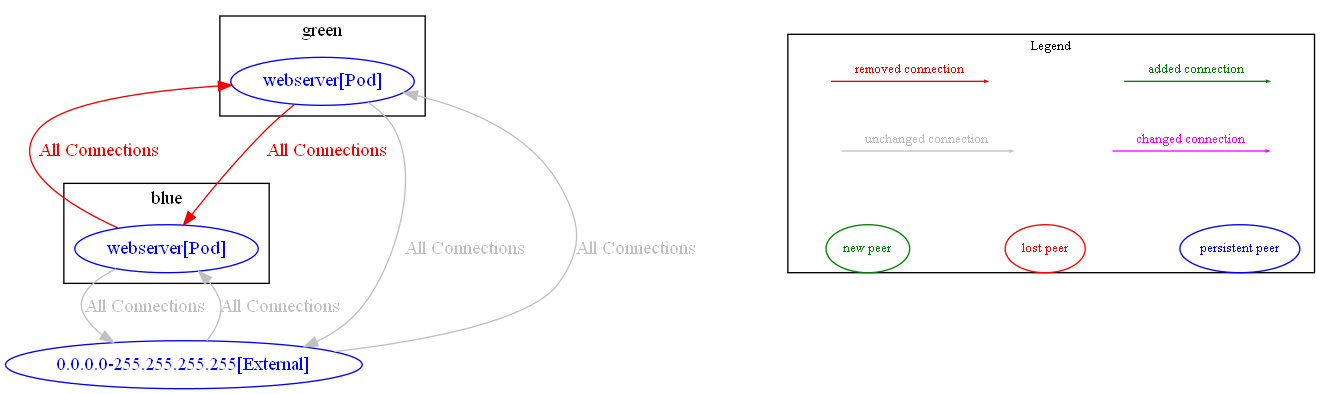
Earlier version of the Graphviz export test_outputs/diff/diff_between_udn_test_1_and_only_pods_test.dot.png (np-guard/netpol-analyzer). Its source is kept beside it as test_outputs/diff/diff_between_udn_test_1_and_only_pods_test.dot. Its diagram source:
```dot
digraph {
	subgraph "cluster_blue" {
		color="black"
		fontcolor="black"
		"blue/webserver[Pod]" [label="webserver[Pod]" color="blue" fontcolor="blue"]
		label="blue"
	}
	subgraph "cluster_green" {
		color="black"
		fontcolor="black"
		"green/webserver[Pod]" [label="webserver[Pod]" color="blue" fontcolor="blue"]
		label="green"
	}
	"0.0.0.0-255.255.255.255[External]" [label="0.0.0.0-255.255.255.255[External]" color="blue" fontcolor="blue"]
	"0.0.0.0-255.255.255.255[External]" -> "blue/webserver[Pod]" [label="All Connections" color="grey" fontcolor="grey" weight=0.5]
	"0.0.0.0-255.255.255.255[External]" -> "green/webserver[Pod]" [label="All Connections" color="grey" fontcolor="grey" weight=0.5]
	"blue/webserver[Pod]" -> "0.0.0.0-255.255.255.255[External]" [label="All Connections" color="grey" fontcolor="grey" weight=1]
	"blue/webserver[Pod]" -> "green/webserver[Pod]" [label="All Connections" color="red2" fontcolor="red2" weight=0.5]
	"green/webserver[Pod]" -> "0.0.0.0-255.255.255.255[External]" [label="All Connections" color="grey" fontcolor="grey" weight=1]
	"green/webserver[Pod]" -> "blue/webserver[Pod]" [label="All Connections" color="red2" fontcolor="red2" weight=1]
	nodesep=0.5
	subgraph cluster_legend {
		label="Legend"
		fontsize = 10
		margin=0
		a [style=invis height=0 width=0]
		b [style=invis height=0 width=0]
		c [style=invis height=0 width=0]
		d [style=invis height=0 width=0]
		e [style=invis height=0 width=0]
		f [style=invis height=0 width=0]
		g [style=invis height=0 width=0]
		h [style=invis height=0 width=0]
		{rank=source a b c d}
		{rank=same e f g h}
		a -> b [label="added connection", color="#008000" fontcolor="#008000" fontsize = 10 arrowsize=0.2]
		c -> d [label="removed connection", color="red2" fontcolor="red2" fontsize = 10 arrowsize=0.2]
		e -> f [label="changed connection", color="magenta" fontcolor="magenta" fontsize = 10 arrowsize=0.2]
		g -> h [label="unchanged connection", color="grey" fontcolor="grey" fontsize = 10 arrowsize=0.2]
		np [label="new peer" color="#008000" fontcolor="#008000" fontsize = 10]
		lp [label="lost peer" color="red" fontcolor="red" fontsize = 10]
		pp [label="persistent peer" color="blue" fontcolor="blue" fontsize = 10]
		{rank=sink np lp pp}
		np->lp [style=invis]
		lp->pp [style=invis]
	}
}
```
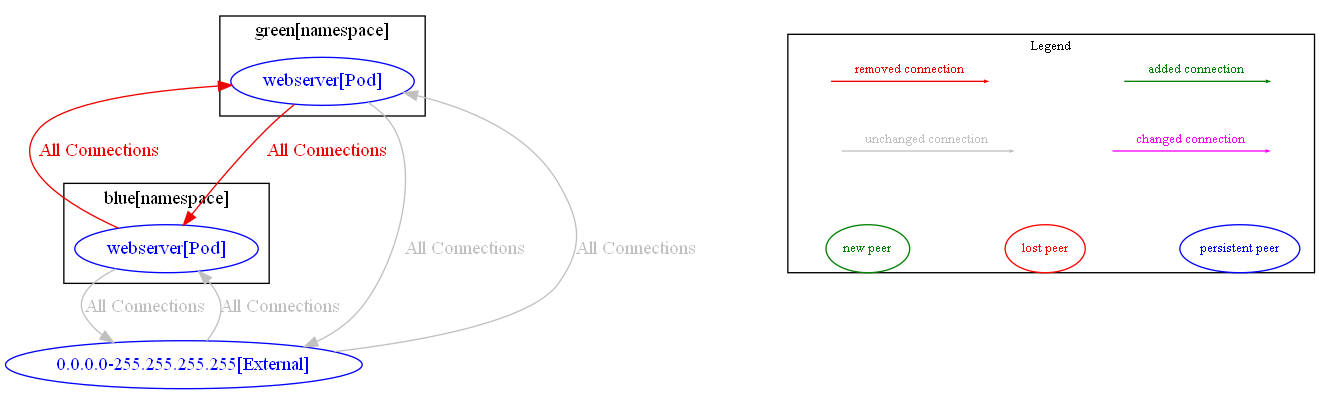
After the change.

The edit, as a diff of the source:
```diff
@@ -1,15 +1,15 @@
 digraph {
-	subgraph "cluster_blue" {
+	subgraph "cluster_blue[namespace]" {
 		color="black"
 		fontcolor="black"
 		"blue/webserver[Pod]" [label="webserver[Pod]" color="blue" fontcolor="blue"]
-		label="blue"
+		label="blue[namespace]"
 	}
-	subgraph "cluster_green" {
+	subgraph "cluster_green[namespace]" {
 		color="black"
 		fontcolor="black"
 		"green/webserver[Pod]" [label="webserver[Pod]" color="blue" fontcolor="blue"]
-		label="green"
+		label="green[namespace]"
 	}
 	"0.0.0.0-255.255.255.255[External]" [label="0.0.0.0-255.255.255.255[External]" color="blue" fontcolor="blue"]
 	"0.0.0.0-255.255.255.255[External]" -> "blue/webserver[Pod]" [label="All Connections" color="grey" fontcolor="grey" weight=0.5]
```
